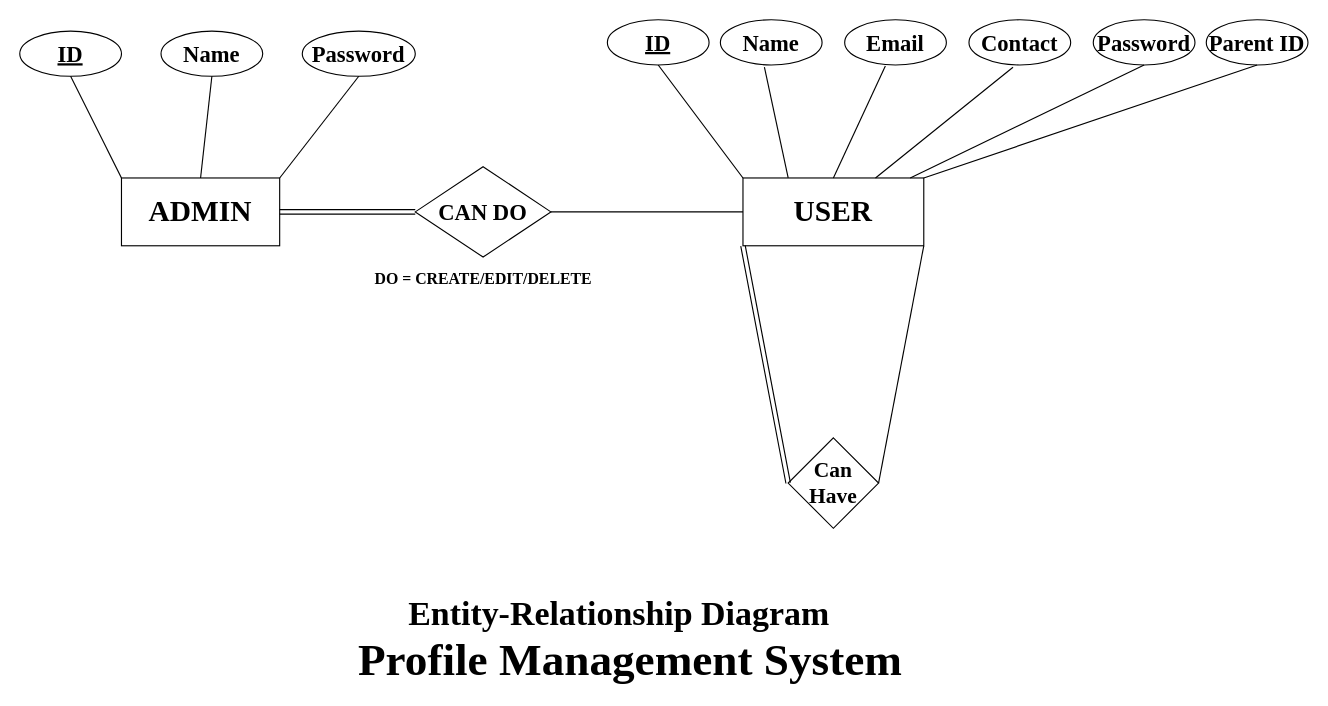
This is ER Diagram/PMS.drawio from shoaibrayeen/Profile-Management-System, a draw.io file, before an edit. Source tidied: cells renumbered, new cells numbered last; positions are measured from the earlier drawing's top-left corner, leaving out a move shared by most shapes. Both pictures are drawn from the tidied source at 113%, with x=0, y=0 at pixel (19, 19).
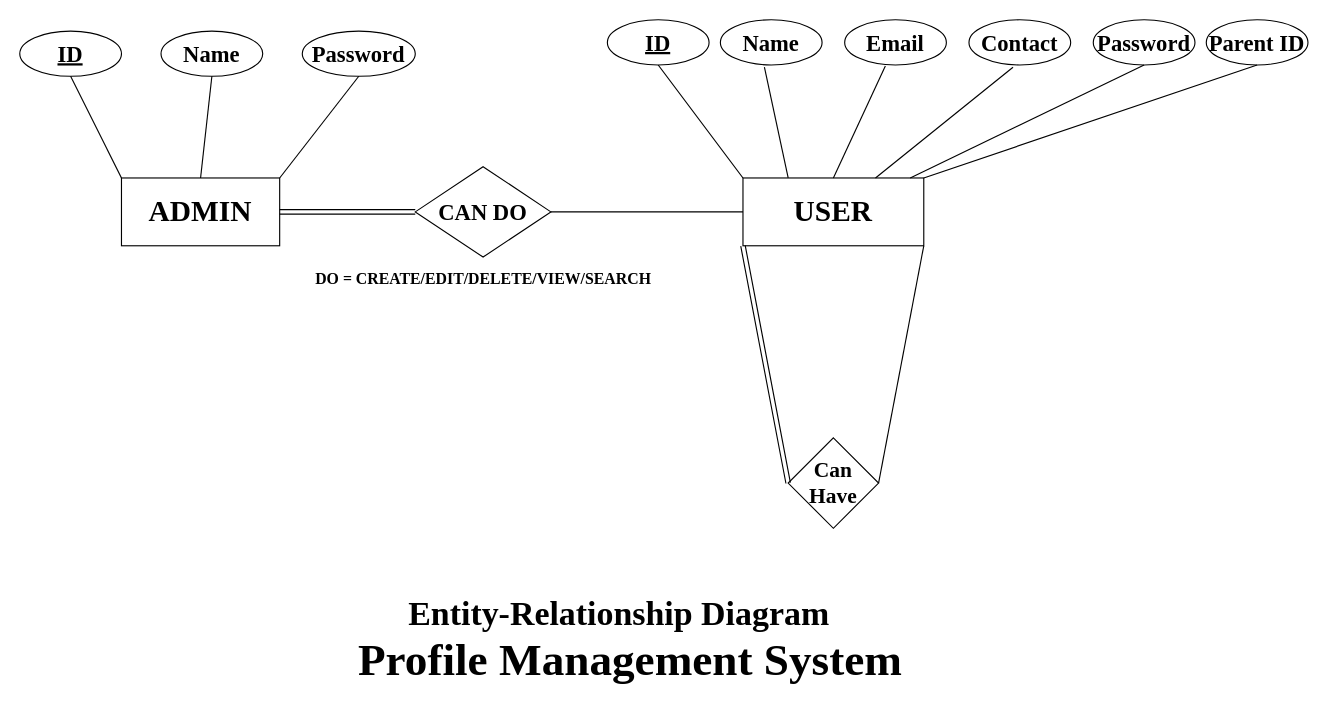
The same page after the edit.

The edit, as a diff of the source:
```diff
@@
-    <mxCell id="24" value="&lt;font style=&quot;font-size: 14px&quot; face=&quot;Times New Roman&quot;&gt;&lt;b&gt;DO = CREATE/EDIT/DELETE&lt;/b&gt;&lt;/font&gt;" style="text;html=1;align=center;verticalAlign=middle;" parent="1" vertex="1">
-      <mxGeometry x="305" y="220" width="210" height="20" as="geometry" />
+    <mxCell id="24" value="&lt;font style=&quot;font-size: 14px&quot; face=&quot;Times New Roman&quot;&gt;&lt;b&gt;DO = CREATE/EDIT/DELETE/VIEW/SEARCH&lt;/b&gt;&lt;/font&gt;" style="text;html=1;align=center;verticalAlign=middle;" parent="1" vertex="1">
+      <mxGeometry x="250" y="220" width="320" height="20" as="geometry" />
     </mxCell>
```
